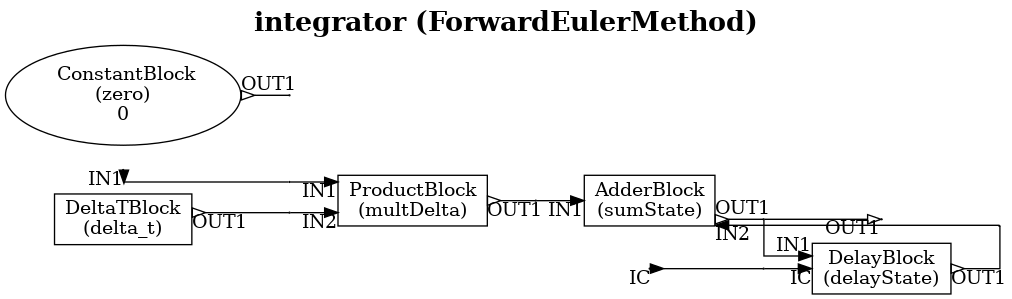
Above: resc/IM/ForwardEulerMethod.gv.png in NickWils98/Mosis3 (Graphviz), before the change. Its source is kept beside it as resc/IM/ForwardEulerMethod.gv.
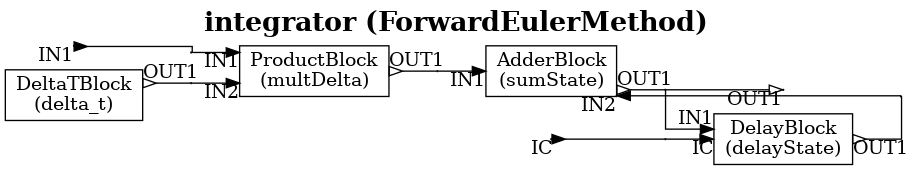
The same file after the commit.

What changed in the source:
```diff
@@ -4,34 +4,31 @@
  labelloc="t";
  fontsize=20;
  rankdir="LR";
- node_139806839215728_IN1 [shape=point, width=0.01, height=0.01];
- inter_139806839215728_IN1 [shape=point, width=0.01, height=0.01];
- node_139806839215728_IN1 -> inter_139806839215728_IN1 [taillabel="IN1", arrowhead="none", arrowtail="inv", dir=both];
- node_139806839215728_IC [shape=point, width=0.01, height=0.01];
- inter_139806839215728_IC [shape=point, width=0.01, height=0.01];
- node_139806839215728_IC -> inter_139806839215728_IC [taillabel="IC", arrowhead="none", arrowtail="inv", dir=both];
- node_139806839216448 [label=" ConstantBlock\n(zero)\n0", shape=ellipse];
- inter_139806839216448_OUT1 [shape=point, width=0.01, height=0.01];
- node_139806839216448 -> inter_139806839216448_OUT1 [taillabel="OUT1", arrowtail="oinv", arrowhead="none", dir=both];
- node_139806839216016 [label="DeltaTBlock\n(delta_t)", shape=box];
- inter_139806839216016_OUT1 [shape=point, width=0.01, height=0.01];
- node_139806839216016 -> inter_139806839216016_OUT1 [taillabel="OUT1", arrowtail="oinv", arrowhead="none", dir=both];
- node_139806839215392 [label="ProductBlock\n(multDelta)", shape=box];
- inter_139806839215728_IN1 -> node_139806839215392 [headlabel="IN1", arrowhead="normal", arrowtail="none", dir=both];
- inter_139806839216016_OUT1 -> node_139806839215392 [headlabel="IN2", arrowhead="normal", arrowtail="none", dir=both];
- inter_139806839215392_OUT1 [shape=point, width=0.01, height=0.01];
- node_139806839215392 -> inter_139806839215392_OUT1 [taillabel="OUT1", arrowtail="oinv", arrowhead="none", dir=both];
- node_139806839214960 [label="DelayBlock\n(delayState)", shape=box];
- inter_139806658413040_OUT1 -> node_139806839214960 [headlabel="IN1", arrowhead="normal", arrowtail="none", dir=both];
- inter_139806839215728_IC -> node_139806839214960 [headlabel="IC", arrowhead="normal", arrowtail="none", dir=both];
- inter_139806839214960_OUT1 [shape=point, width=0.01, height=0.01];
- node_139806839214960 -> inter_139806839214960_OUT1 [taillabel="OUT1", arrowtail="oinv", arrowhead="none", dir=both];
- node_139806658413040 [label="AdderBlock\n(sumState)", shape=box];
- inter_139806839215392_OUT1 -> node_139806658413040 [headlabel="IN1", arrowhead="normal", arrowtail="none", dir=both];
- inter_139806839214960_OUT1 -> node_139806658413040 [headlabel="IN2", arrowhead="normal", arrowtail="none", dir=both];
- inter_139806658413040_OUT1 [shape=point, width=0.01, height=0.01];
- node_139806658413040 -> inter_139806658413040_OUT1 [taillabel="OUT1", arrowtail="oinv", arrowhead="none", dir=both];
- node_139806839215728_OUT1 [shape=point, width=0.01, height=0.01];
- inter_139806658413040_OUT1 -> node_139806839215728_OUT1 [headlabel="OUT1", arrowhead="onormal", arrowtail="none", dir=both];
+ node_140455899420320_IN1 [shape=point, width=0.01, height=0.01];
+ inter_140455899420320_IN1 [shape=point, width=0.01, height=0.01];
+ node_140455899420320_IN1 -> inter_140455899420320_IN1 [taillabel="IN1", arrowhead="none", arrowtail="inv", dir=both];
+ node_140455899420320_IC [shape=point, width=0.01, height=0.01];
+ inter_140455899420320_IC [shape=point, width=0.01, height=0.01];
+ node_140455899420320_IC -> inter_140455899420320_IC [taillabel="IC", arrowhead="none", arrowtail="inv", dir=both];
+ node_140455899418832 [label="DeltaTBlock\n(delta_t)", shape=box];
+ inter_140455899418832_OUT1 [shape=point, width=0.01, height=0.01];
+ node_140455899418832 -> inter_140455899418832_OUT1 [taillabel="OUT1", arrowtail="oinv", arrowhead="none", dir=both];
+ node_140455899418976 [label="ProductBlock\n(multDelta)", shape=box];
+ inter_140455899420320_IN1 -> node_140455899418976 [headlabel="IN1", arrowhead="normal", arrowtail="none", dir=both];
+ inter_140455899418832_OUT1 -> node_140455899418976 [headlabel="IN2", arrowhead="normal", arrowtail="none", dir=both];
+ inter_140455899418976_OUT1 [shape=point, width=0.01, height=0.01];
+ node_140455899418976 -> inter_140455899418976_OUT1 [taillabel="OUT1", arrowtail="oinv", arrowhead="none", dir=both];
+ node_140455899419024 [label="DelayBlock\n(delayState)", shape=box];
+ inter_140455899419504_OUT1 -> node_140455899419024 [headlabel="IN1", arrowhead="normal", arrowtail="none", dir=both];
+ inter_140455899420320_IC -> node_140455899419024 [headlabel="IC", arrowhead="normal", arrowtail="none", dir=both];
+ inter_140455899419024_OUT1 [shape=point, width=0.01, height=0.01];
+ node_140455899419024 -> inter_140455899419024_OUT1 [taillabel="OUT1", arrowtail="oinv", arrowhead="none", dir=both];
+ node_140455899419504 [label="AdderBlock\n(sumState)", shape=box];
+ inter_140455899418976_OUT1 -> node_140455899419504 [headlabel="IN1", arrowhead="normal", arrowtail="none", dir=both];
+ inter_140455899419024_OUT1 -> node_140455899419504 [headlabel="IN2", arrowhead="normal", arrowtail="none", dir=both];
+ inter_140455899419504_OUT1 [shape=point, width=0.01, height=0.01];
+ node_140455899419504 -> inter_140455899419504_OUT1 [taillabel="OUT1", arrowtail="oinv", arrowhead="none", dir=both];
+ node_140455899420320_OUT1 [shape=point, width=0.01, height=0.01];
+ inter_140455899419504_OUT1 -> node_140455899420320_OUT1 [headlabel="OUT1", arrowhead="onormal", arrowtail="none", dir=both];
 
 }
```
